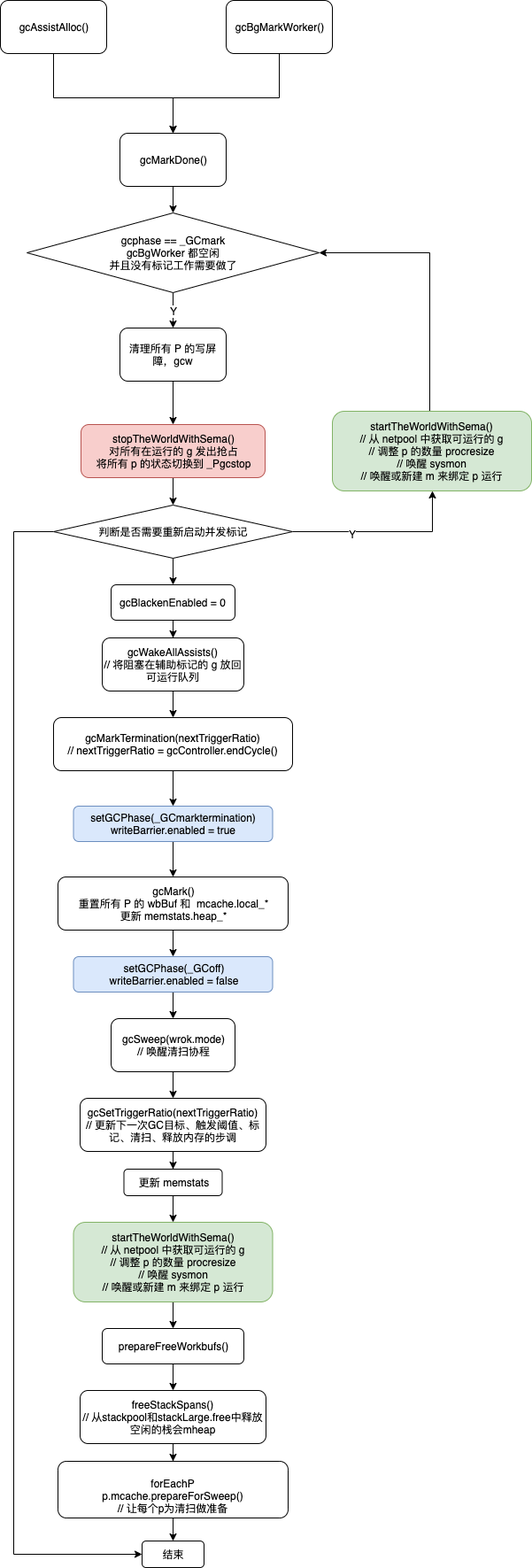
The draw.io diagram assets/img/golang-gc-mark-termination.png in yangxikun/yangxikun.github.com, before a commit. Source tidied: cells renumbered, new cells last; positions are measured from the earlier drawing's top-left corner, leaving out a move shared by most shapes.
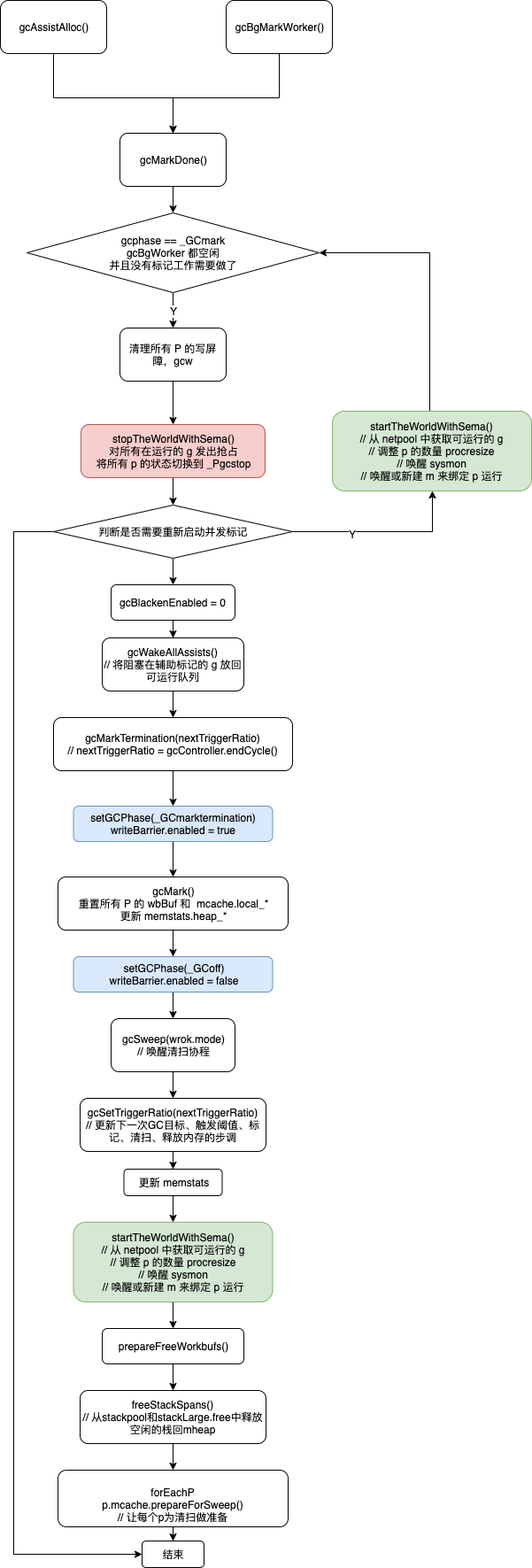
The same file after the commit.

What changed in the source:
```diff
@@ -146,7 +146,7 @@
     <mxCell id="42" style="edgeStyle=orthogonalEdgeStyle;rounded=0;jettySize=auto;html=1;entryX=0.5;entryY=0;entryDx=0;entryDy=0;" parent="1" edge="1" source="43" target="47">
       <mxGeometry relative="1" as="geometry" />
     </mxCell>
-    <mxCell id="43" value="freeStackSpans()&lt;br&gt;// 从stackpool和stackLarge.free中释放空闲的栈会mheap" style="rounded=1;whiteSpace=wrap;html=1;" parent="1" vertex="1">
+    <mxCell id="43" value="freeStackSpans()&lt;br&gt;// 从stackpool和stackLarge.free中释放空闲的栈回mheap" style="rounded=1;whiteSpace=wrap;html=1;" parent="1" vertex="1">
       <mxGeometry x="90" y="1570" width="210" height="60" as="geometry" />
     </mxCell>
     <mxCell id="44" style="edgeStyle=orthogonalEdgeStyle;rounded=0;jettySize=auto;html=1;entryX=0.5;entryY=0;entryDx=0;entryDy=0;" parent="1" edge="1" source="45" target="43">
@@ -159,7 +159,7 @@
       <mxGeometry relative="1" as="geometry" />
     </mxCell>
     <mxCell id="47" value="&lt;span style=&quot;white-space: normal&quot;&gt;forEachP p.mcache.prepareForSweep()&lt;br&gt;// 让每个p为清扫做准备&lt;br&gt;&lt;/span&gt;" style="rounded=1;whiteSpace=wrap;html=1;" parent="1" vertex="1">
-      <mxGeometry x="65" y="1650" width="260" height="64" as="geometry" />
+      <mxGeometry x="65" y="1660" width="260" height="64" as="geometry" />
     </mxCell>
     <mxCell id="48" value="结束" style="rounded=1;whiteSpace=wrap;html=1;" parent="1" vertex="1">
       <mxGeometry x="160" y="1740" width="70" height="30" as="geometry" />
```
